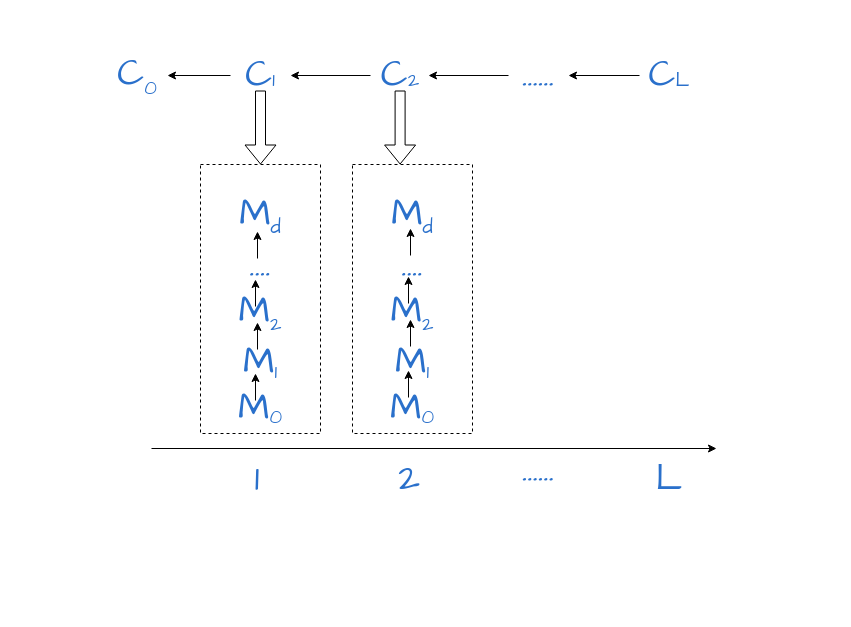
This is page "第 3 页" (3 of 5) of jieshou.drawio from asdlijinquan/-, a draw.io file, before an edit. Source tidied: cells renumbered, new cells numbered last; positions are measured from the earlier drawing's top-left corner, leaving out a move shared by most shapes. Both pictures are drawn from the tidied source at 100%, with x=0, y=0 at pixel (107, 60).
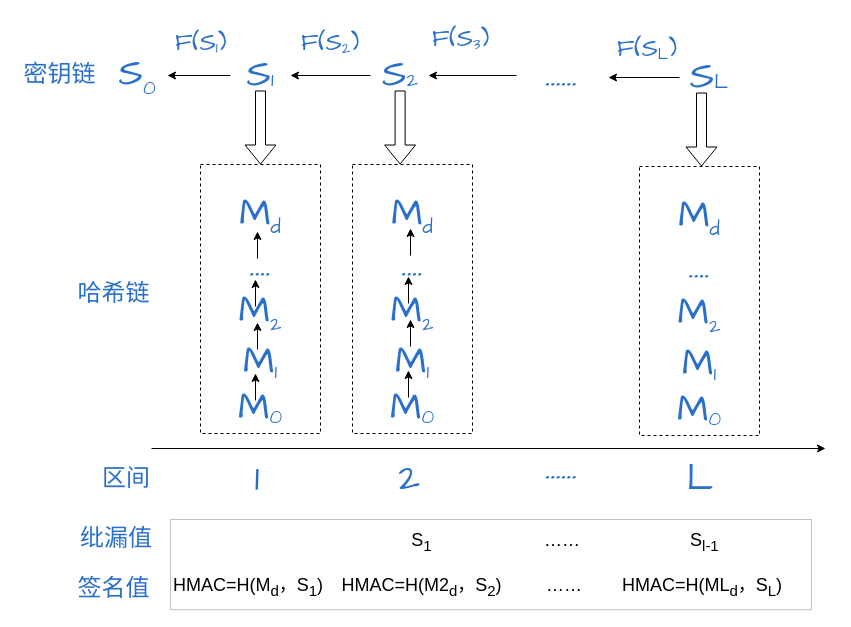
Above is the later version.

Change to the diagram source:
```diff
@@
-    <mxCell id="2" style="edgeStyle=orthogonalEdgeStyle;rounded=0;hachureGap=4;jettySize=auto;html=1;fontFamily=Architects Daughter;fontSize=20;fontColor=default;" parent="1" edge="1" source="3" target="5">
-      <mxGeometry relative="1" as="geometry" />
+    <mxCell id="2" style="edgeStyle=orthogonalEdgeStyle;rounded=0;hachureGap=4;jettySize=auto;html=1;fontFamily=Architects Daughter;fontSize=20;fontColor=default;" parent="1" edge="1" source="3">
+      <mxGeometry relative="1" as="geometry">
+        <mxPoint x="501" y="17" as="targetPoint" />
+      </mxGeometry>
     </mxCell>
-    <mxCell id="3" value="&lt;font color=&quot;#2a70cb&quot;&gt;&lt;span style=&quot;font-size: 38px;&quot;&gt;C&lt;/span&gt;&lt;font style=&quot;font-size: 20px;&quot;&gt;L&lt;/font&gt;&lt;/font&gt;" style="text;html=1;strokeColor=none;fillColor=none;align=center;verticalAlign=middle;whiteSpace=wrap;rounded=0;fontSize=20;fontFamily=Architects Daughter;fontColor=default;" parent="1" vertex="1">
-      <mxGeometry x="532" width="60" height="30" as="geometry" />
+    <mxCell id="3" value="&lt;font color=&quot;#2a70cb&quot;&gt;&lt;span style=&quot;font-size: 38px;&quot;&gt;S&lt;/span&gt;&lt;font style=&quot;font-size: 20px;&quot;&gt;L&lt;/font&gt;&lt;/font&gt;" style="text;html=1;strokeColor=none;fillColor=none;align=center;verticalAlign=middle;whiteSpace=wrap;rounded=0;fontSize=20;fontFamily=Architects Daughter;fontColor=default;" parent="1" vertex="1">
+      <mxGeometry x="572" y="2" width="60" height="30" as="geometry" />
     </mxCell>
-    <mxCell id="4" style="edgeStyle=orthogonalEdgeStyle;rounded=0;hachureGap=4;jettySize=auto;html=1;fontFamily=Architects Daughter;fontSize=20;fontColor=default;" parent="1" edge="1" source="5">
+    <mxCell id="4" style="edgeStyle=orthogonalEdgeStyle;rounded=0;hachureGap=4;orthogonalLoop=1;jettySize=auto;html=1;fontFamily=Architects Daughter;fontSize=20;fontColor=default;" parent="1" edge="1">
       <mxGeometry relative="1" as="geometry">
+        <mxPoint x="409" y="15" as="sourcePoint" />
         <mxPoint x="321" y="15" as="targetPoint" />
       </mxGeometry>
     </mxCell>
     <mxCell id="5" value="&lt;font color=&quot;#2a70cb&quot;&gt;&lt;span style=&quot;font-size: 38px;&quot;&gt;……&lt;/span&gt;&lt;/font&gt;" style="text;html=1;strokeColor=none;fillColor=none;align=center;verticalAlign=middle;whiteSpace=wrap;rounded=0;fontSize=20;fontFamily=Architects Daughter;fontColor=default;" parent="1" vertex="1">
-      <mxGeometry x="401" width="60" height="30" as="geometry" />
+      <mxGeometry x="424" width="60" height="30" as="geometry" />
     </mxCell>
-    <mxCell id="6" value="&lt;font color=&quot;#2a70cb&quot;&gt;&lt;span style=&quot;font-size: 38px;&quot;&gt;C&lt;sub style=&quot;font-size: 20px;&quot;&gt;0&lt;/sub&gt;&lt;/span&gt;&lt;/font&gt;" style="text;html=1;strokeColor=none;fillColor=none;align=center;verticalAlign=middle;whiteSpace=wrap;rounded=0;fontSize=20;fontFamily=Architects Daughter;fontColor=default;" parent="1" vertex="1">
+    <mxCell id="6" value="&lt;font color=&quot;#2a70cb&quot;&gt;&lt;span style=&quot;font-size: 38px;&quot;&gt;S&lt;sub style=&quot;font-size: 20px;&quot;&gt;0&lt;/sub&gt;&lt;/span&gt;&lt;/font&gt;" style="text;html=1;strokeColor=none;fillColor=none;align=center;verticalAlign=middle;whiteSpace=wrap;rounded=0;fontSize=20;fontFamily=Architects Daughter;fontColor=default;" parent="1" vertex="1">
       <mxGeometry width="60" height="30" as="geometry" />
     </mxCell>
@@
-    <mxCell id="8" value="&lt;font color=&quot;#2a70cb&quot;&gt;&lt;span style=&quot;font-size: 38px;&quot;&gt;C&lt;/span&gt;2&lt;/font&gt;" style="text;html=1;strokeColor=none;fillColor=none;align=center;verticalAlign=middle;whiteSpace=wrap;rounded=0;fontSize=20;fontFamily=Architects Daughter;fontColor=default;" parent="1" vertex="1">
+    <mxCell id="8" value="&lt;font color=&quot;#2a70cb&quot;&gt;&lt;span style=&quot;font-size: 38px;&quot;&gt;S&lt;/span&gt;2&lt;/font&gt;" style="text;html=1;strokeColor=none;fillColor=none;align=center;verticalAlign=middle;whiteSpace=wrap;rounded=0;fontSize=20;fontFamily=Architects Daughter;fontColor=default;" parent="1" vertex="1">
       <mxGeometry x="263" width="60" height="30" as="geometry" />
     </mxCell>
@@
-    <mxCell id="10" value="&lt;font color=&quot;#2a70cb&quot;&gt;&lt;span style=&quot;font-size: 38px;&quot;&gt;C&lt;/span&gt;1&lt;/font&gt;" style="text;html=1;strokeColor=none;fillColor=none;align=center;verticalAlign=middle;whiteSpace=wrap;rounded=0;fontSize=20;fontFamily=Architects Daughter;fontColor=default;" parent="1" vertex="1">
+    <mxCell id="10" value="&lt;font color=&quot;#2a70cb&quot;&gt;&lt;span style=&quot;font-size: 38px;&quot;&gt;S&lt;/span&gt;1&lt;/font&gt;" style="text;html=1;strokeColor=none;fillColor=none;align=center;verticalAlign=middle;whiteSpace=wrap;rounded=0;fontSize=20;fontFamily=Architects Daughter;fontColor=default;" parent="1" vertex="1">
       <mxGeometry x="123" width="60" height="30" as="geometry" />
     </mxCell>
@@
     <mxCell id="23" style="endArrow=classic;html=1;rounded=0;hachureGap=4;fontFamily=Architects Daughter;fontSize=16;" parent="1" edge="1">
       <mxGeometry relative="1" as="geometry">
         <mxPoint x="44" y="388" as="sourcePoint" />
-        <mxPoint x="609" y="388" as="targetPoint" />
+        <mxPoint x="718" y="388" as="targetPoint" />
       </mxGeometry>
     </mxCell>
@@
     <mxCell id="26" value="&lt;font color=&quot;#2a70cb&quot;&gt;&lt;span style=&quot;font-size: 38px;&quot;&gt;……&lt;/span&gt;&lt;/font&gt;" style="text;html=1;strokeColor=none;fillColor=none;align=center;verticalAlign=middle;whiteSpace=wrap;rounded=0;fontSize=20;fontFamily=Architects Daughter;fontColor=default;" parent="1" vertex="1">
-      <mxGeometry x="401" y="395" width="60" height="30" as="geometry" />
+      <mxGeometry x="424" y="393" width="60" height="30" as="geometry" />
     </mxCell>
     <mxCell id="27" value="&lt;font color=&quot;#2a70cb&quot;&gt;&lt;span style=&quot;font-size: 38px;&quot;&gt;L&lt;/span&gt;&lt;/font&gt;" style="text;html=1;strokeColor=none;fillColor=none;align=center;verticalAlign=middle;whiteSpace=wrap;rounded=0;fontSize=20;fontFamily=Architects Daughter;fontColor=default;" parent="1" vertex="1">
-      <mxGeometry x="532" y="404" width="60" height="30" as="geometry" />
+      <mxGeometry x="563" y="404" width="60" height="30" as="geometry" />
     </mxCell>
+    <mxCell id="28" style="childLayout=tableLayout;shadow=0;fillColor=none;strokeColor=#C0C0C0;" parent="1" vertex="1">
+      <mxGeometry x="63" y="459" width="641" height="90.2" as="geometry" />
+    </mxCell>
+    <mxCell id="29" style="shape=tableRow;horizontal=0;startSize=0;swimlaneHead=0;swimlaneBody=0;top=0;left=0;bottom=0;right=0;fontStyle=0;fillColor=none;" parent="28" vertex="1">
+      <mxGeometry width="641" height="45" as="geometry" />
+    </mxCell>
+    <mxCell id="30" style="strokeColor=none;fillColor=none;align=center;whiteSpace=wrap;html=1;" parent="29" vertex="1">
+      <mxGeometry width="156" height="45" as="geometry" />
+    </mxCell>
+    <mxCell id="31" value="&lt;font style=&quot;font-size: 18px;&quot;&gt;S&lt;sub&gt;1&lt;/sub&gt;&lt;/font&gt;" style="strokeColor=none;fillColor=none;align=center;whiteSpace=wrap;html=1;" parent="29" vertex="1">
+      <mxGeometry x="156" width="191" height="45" as="geometry" />
+    </mxCell>
+    <mxCell id="32" value="&lt;font style=&quot;font-size: 18px;&quot;&gt;&amp;nbsp; &amp;nbsp; &amp;nbsp;……&amp;nbsp; &amp;nbsp; &amp;nbsp; &amp;nbsp; &amp;nbsp; &amp;nbsp; &amp;nbsp; &amp;nbsp; &amp;nbsp; &amp;nbsp; &amp;nbsp; S&lt;sub&gt;l-1&lt;/sub&gt;&lt;/font&gt;" style="strokeColor=none;fillColor=none;align=left;whiteSpace=wrap;html=1;" parent="29" vertex="1">
+      <mxGeometry x="347" width="294" height="45" as="geometry" />
+    </mxCell>
+    <mxCell id="33" style="shape=tableRow;horizontal=0;startSize=0;swimlaneHead=0;swimlaneBody=0;top=0;left=0;bottom=0;right=0;fontStyle=0;fillColor=none;" parent="28" vertex="1">
+      <mxGeometry y="45" width="641" height="45" as="geometry" />
+    </mxCell>
+    <mxCell id="34" value="&lt;font style=&quot;font-size: 18px;&quot;&gt;HMAC=H(M&lt;sub&gt;d&lt;/sub&gt;，S&lt;sub&gt;1&lt;/sub&gt;)&lt;/font&gt;" style="strokeColor=none;fillColor=none;align=center;whiteSpace=wrap;html=1;rounded=0;shadow=0;dashed=1;" parent="33" vertex="1">
+      <mxGeometry width="156" height="45" as="geometry" />
+    </mxCell>
+    <mxCell id="35" value="&lt;font style=&quot;font-size: 18px;&quot;&gt;HMAC=H(M2&lt;sub&gt;d&lt;/sub&gt;，S&lt;sub&gt;2&lt;/sub&gt;)&lt;/font&gt;" style="strokeColor=none;fillColor=none;align=center;whiteSpace=wrap;html=1;" parent="33" vertex="1">
+      <mxGeometry x="156" width="191" height="45" as="geometry" />
+    </mxCell>
+    <mxCell id="36" value="&lt;font style=&quot;font-size: 18px;&quot;&gt;……&amp;nbsp; &amp;nbsp; &amp;nbsp; &amp;nbsp; HMAC=H(ML&lt;sub&gt;d&lt;/sub&gt;，S&lt;sub&gt;L&lt;/sub&gt;)&lt;/font&gt;" style="strokeColor=none;fillColor=none;align=center;whiteSpace=wrap;html=1;" parent="33" vertex="1">
+      <mxGeometry x="347" width="294" height="45" as="geometry" />
+    </mxCell>
+    <mxCell id="37" value="&lt;div style=&quot;text-align: center;&quot;&gt;&lt;span style=&quot;background-color: initial;&quot;&gt;&lt;font style=&quot;&quot; face=&quot;Architects Daughter&quot; color=&quot;#2a70cb&quot;&gt;&lt;span style=&quot;font-size: 25px;&quot;&gt;F(S&lt;/span&gt;&lt;sub style=&quot;&quot;&gt;&lt;font style=&quot;font-size: 15px;&quot;&gt;L&lt;/font&gt;&lt;/sub&gt;&lt;span style=&quot;font-size: 25px;&quot;&gt;)&lt;/span&gt;&lt;/font&gt;&lt;/span&gt;&lt;/div&gt;" style="text;whiteSpace=wrap;html=1;" parent="1" vertex="1">
+      <mxGeometry x="508" y="-33" width="93" height="44" as="geometry" />
+    </mxCell>
+    <mxCell id="38" value="&lt;span style=&quot;border-color: var(--border-color); color: rgb(42, 112, 203); font-family: &amp;quot;Architects Daughter&amp;quot;; font-style: normal; font-variant-ligatures: normal; font-variant-caps: normal; font-weight: 400; letter-spacing: normal; orphans: 2; text-align: center; text-indent: 0px; text-transform: none; widows: 2; word-spacing: 0px; -webkit-text-stroke-width: 0px; background-color: rgb(255, 255, 255); text-decoration-thickness: initial; text-decoration-style: initial; text-decoration-color: initial; font-size: 25px;&quot;&gt;F(S&lt;/span&gt;&lt;sub style=&quot;border-color: var(--border-color); color: rgb(42, 112, 203); font-family: &amp;quot;Architects Daughter&amp;quot;; font-style: normal; font-variant-ligatures: normal; font-variant-caps: normal; font-weight: 400; letter-spacing: normal; orphans: 2; text-align: center; text-indent: 0px; text-transform: none; widows: 2; word-spacing: 0px; -webkit-text-stroke-width: 0px; background-color: rgb(255, 255, 255); text-decoration-thickness: initial; text-decoration-style: initial; text-decoration-color: initial;&quot;&gt;&lt;font style=&quot;border-color: var(--border-color); font-size: 15px;&quot;&gt;3&lt;/font&gt;&lt;/sub&gt;&lt;span style=&quot;border-color: var(--border-color); color: rgb(42, 112, 203); font-family: &amp;quot;Architects Daughter&amp;quot;; font-style: normal; font-variant-ligatures: normal; font-variant-caps: normal; font-weight: 400; letter-spacing: normal; orphans: 2; text-align: center; text-indent: 0px; text-transform: none; widows: 2; word-spacing: 0px; -webkit-text-stroke-width: 0px; background-color: rgb(255, 255, 255); text-decoration-thickness: initial; text-decoration-style: initial; text-decoration-color: initial; font-size: 25px;&quot;&gt;)&lt;/span&gt;" style="text;whiteSpace=wrap;html=1;" parent="1" vertex="1">
+      <mxGeometry x="323" y="-43" width="88" height="52" as="geometry" />
+    </mxCell>
+    <mxCell id="39" value="&lt;span style=&quot;border-color: var(--border-color); color: rgb(42, 112, 203); font-family: &amp;quot;Architects Daughter&amp;quot;; font-style: normal; font-variant-ligatures: normal; font-variant-caps: normal; font-weight: 400; letter-spacing: normal; orphans: 2; text-align: center; text-indent: 0px; text-transform: none; widows: 2; word-spacing: 0px; -webkit-text-stroke-width: 0px; background-color: rgb(255, 255, 255); text-decoration-thickness: initial; text-decoration-style: initial; text-decoration-color: initial; font-size: 25px;&quot;&gt;F(S&lt;/span&gt;&lt;sub style=&quot;border-color: var(--border-color); color: rgb(42, 112, 203); font-family: &amp;quot;Architects Daughter&amp;quot;; font-style: normal; font-variant-ligatures: normal; font-variant-caps: normal; font-weight: 400; letter-spacing: normal; orphans: 2; text-align: center; text-indent: 0px; text-transform: none; widows: 2; word-spacing: 0px; -webkit-text-stroke-width: 0px; background-color: rgb(255, 255, 255); text-decoration-thickness: initial; text-decoration-style: initial; text-decoration-color: initial;&quot;&gt;&lt;font style=&quot;border-color: var(--border-color); font-size: 15px;&quot;&gt;2&lt;/font&gt;&lt;/sub&gt;&lt;span style=&quot;border-color: var(--border-color); color: rgb(42, 112, 203); font-family: &amp;quot;Architects Daughter&amp;quot;; font-style: normal; font-variant-ligatures: normal; font-variant-caps: normal; font-weight: 400; letter-spacing: normal; orphans: 2; text-align: center; text-indent: 0px; text-transform: none; widows: 2; word-spacing: 0px; -webkit-text-stroke-width: 0px; background-color: rgb(255, 255, 255); text-decoration-thickness: initial; text-decoration-style: initial; text-decoration-color: initial; font-size: 25px;&quot;&gt;)&lt;/span&gt;" style="text;whiteSpace=wrap;html=1;" parent="1" vertex="1">
+      <mxGeometry x="192" y="-39" width="88" height="52" as="geometry" />
+    </mxCell>
+    <mxCell id="40" value="&lt;span style=&quot;border-color: var(--border-color); color: rgb(42, 112, 203); font-family: &amp;quot;Architects Daughter&amp;quot;; font-style: normal; font-variant-ligatures: normal; font-variant-caps: normal; font-weight: 400; letter-spacing: normal; orphans: 2; text-align: center; text-indent: 0px; text-transform: none; widows: 2; word-spacing: 0px; -webkit-text-stroke-width: 0px; background-color: rgb(255, 255, 255); text-decoration-thickness: initial; text-decoration-style: initial; text-decoration-color: initial; font-size: 25px;&quot;&gt;F(S&lt;/span&gt;&lt;sub style=&quot;border-color: var(--border-color); color: rgb(42, 112, 203); font-family: &amp;quot;Architects Daughter&amp;quot;; font-style: normal; font-variant-ligatures: normal; font-variant-caps: normal; font-weight: 400; letter-spacing: normal; orphans: 2; text-align: center; text-indent: 0px; text-transform: none; widows: 2; word-spacing: 0px; -webkit-text-stroke-width: 0px; background-color: rgb(255, 255, 255); text-decoration-thickness: initial; text-decoration-style: initial; text-decoration-color: initial;&quot;&gt;&lt;font style=&quot;border-color: var(--border-color); font-size: 15px;&quot;&gt;1&lt;/font&gt;&lt;/sub&gt;&lt;span style=&quot;border-color: var(--border-color); color: rgb(42, 112, 203); font-family: &amp;quot;Architects Daughter&amp;quot;; font-style: normal; font-variant-ligatures: normal; font-variant-caps: normal; font-weight: 400; letter-spacing: normal; orphans: 2; text-align: center; text-indent: 0px; text-transform: none; widows: 2; word-spacing: 0px; -webkit-text-stroke-width: 0px; background-color: rgb(255, 255, 255); text-decoration-thickness: initial; text-decoration-style: initial; text-decoration-color: initial; font-size: 25px;&quot;&gt;)&lt;/span&gt;" style="text;whiteSpace=wrap;html=1;" parent="1" vertex="1">
+      <mxGeometry x="66" y="-39" width="88" height="52" as="geometry" />
+    </mxCell>
+    <mxCell id="41" value="&lt;font style=&quot;font-size: 24px;&quot; color=&quot;#2a70cb&quot;&gt;区间&lt;/font&gt;" style="text;html=1;strokeColor=none;fillColor=none;align=center;verticalAlign=middle;whiteSpace=wrap;rounded=0;fontSize=20;fontFamily=Architects Daughter;fontColor=default;" parent="1" vertex="1">
+      <mxGeometry x="-11.5" y="404" width="60" height="30" as="geometry" />
+    </mxCell>
+    <mxCell id="42" value="&lt;font style=&quot;font-size: 24px;&quot; color=&quot;#2a70cb&quot;&gt;纰漏值&lt;/font&gt;" style="text;html=1;strokeColor=none;fillColor=none;align=center;verticalAlign=middle;whiteSpace=wrap;rounded=0;fontSize=20;fontFamily=Architects Daughter;fontColor=default;" parent="1" vertex="1">
+      <mxGeometry x="-31.5" y="464" width="80" height="30" as="geometry" />
+    </mxCell>
+    <mxCell id="43" value="&lt;font color=&quot;#2a70cb&quot;&gt;&lt;span style=&quot;font-size: 24px;&quot;&gt;签名值&lt;/span&gt;&lt;/font&gt;" style="text;html=1;strokeColor=none;fillColor=none;align=center;verticalAlign=middle;whiteSpace=wrap;rounded=0;fontSize=20;fontFamily=Architects Daughter;fontColor=default;" parent="1" vertex="1">
+      <mxGeometry x="-36.5" y="514" width="85" height="30" as="geometry" />
+    </mxCell>
+    <mxCell id="44" value="&lt;font color=&quot;#2a70cb&quot;&gt;&lt;span style=&quot;font-size: 24px;&quot;&gt;哈希链&lt;/span&gt;&lt;/font&gt;" style="text;html=1;strokeColor=none;fillColor=none;align=center;verticalAlign=middle;whiteSpace=wrap;rounded=0;fontSize=20;fontFamily=Architects Daughter;fontColor=default;" parent="1" vertex="1">
+      <mxGeometry x="-36.5" y="219" width="85" height="30" as="geometry" />
+    </mxCell>
+    <mxCell id="45" value="&lt;font color=&quot;#2a70cb&quot;&gt;&lt;span style=&quot;font-size: 24px;&quot;&gt;密钥链&lt;/span&gt;&lt;/font&gt;" style="text;html=1;strokeColor=none;fillColor=none;align=center;verticalAlign=middle;whiteSpace=wrap;rounded=0;fontSize=20;fontFamily=Architects Daughter;fontColor=default;" parent="1" vertex="1">
+      <mxGeometry x="-90" width="85" height="30" as="geometry" />
+    </mxCell>
+    <mxCell id="46" value="&lt;br&gt;&lt;span style=&quot;color: rgb(42, 112, 203); font-family: &amp;quot;Architects Daughter&amp;quot;; font-size: 38px; font-style: normal; font-variant-ligatures: normal; font-variant-caps: normal; font-weight: 400; letter-spacing: normal; orphans: 2; text-align: center; text-indent: 0px; text-transform: none; widows: 2; word-spacing: 0px; -webkit-text-stroke-width: 0px; background-color: rgb(255, 255, 255); text-decoration-thickness: initial; text-decoration-style: initial; text-decoration-color: initial; float: none; display: inline !important;&quot;&gt;M&lt;sub style=&quot;border-color: var(--border-color);&quot;&gt;&lt;span style=&quot;border-color: var(--border-color); font-size: 20px;&quot;&gt;d&lt;/span&gt;&lt;/sub&gt;&lt;br&gt;....&lt;br&gt;M&lt;sub style=&quot;border-color: var(--border-color);&quot;&gt;&lt;span style=&quot;border-color: var(--border-color); font-size: 20px;&quot;&gt;2&lt;/span&gt;&lt;/sub&gt;&lt;br&gt;M&lt;/span&gt;&lt;sub style=&quot;border-color: var(--border-color); color: rgb(42, 112, 203); font-family: &amp;quot;Architects Daughter&amp;quot;; font-style: normal; font-variant-ligatures: normal; font-variant-caps: normal; font-weight: 400; letter-spacing: normal; orphans: 2; text-align: center; text-indent: 0px; text-transform: none; widows: 2; word-spacing: 0px; -webkit-text-stroke-width: 0px; background-color: rgb(255, 255, 255); text-decoration-thickness: initial; text-decoration-style: initial; text-decoration-color: initial;&quot;&gt;&lt;span style=&quot;font-size: 20px;&quot;&gt;1&lt;/span&gt;&lt;br&gt;&lt;font style=&quot;font-size: 38px;&quot;&gt;M&lt;/font&gt;&lt;sub style=&quot;font-size: 20px; border-color: var(--border-color);&quot;&gt;0&lt;/sub&gt;&lt;br&gt;&lt;/sub&gt;" style="whiteSpace=wrap;html=1;rounded=0;hachureGap=4;strokeColor=default;fontFamily=Architects Daughter;fontSize=20;fontColor=default;fillColor=default;dashed=1;" parent="1" vertex="1">
+      <mxGeometry x="532" y="106" width="120" height="269" as="geometry" />
+    </mxCell>
+    <mxCell id="47" style="shape=flexArrow;endArrow=classic;html=1;rounded=0;hachureGap=4;fontFamily=Architects Daughter;fontSize=20;fontColor=default;exitX=0.5;exitY=1;exitDx=0;exitDy=0;" parent="1" edge="1">
+      <mxGeometry relative="1" as="geometry">
+        <mxPoint x="594" y="32" as="sourcePoint" />
+        <mxPoint x="594" y="106" as="targetPoint" />
+      </mxGeometry>
+    </mxCell>
```
